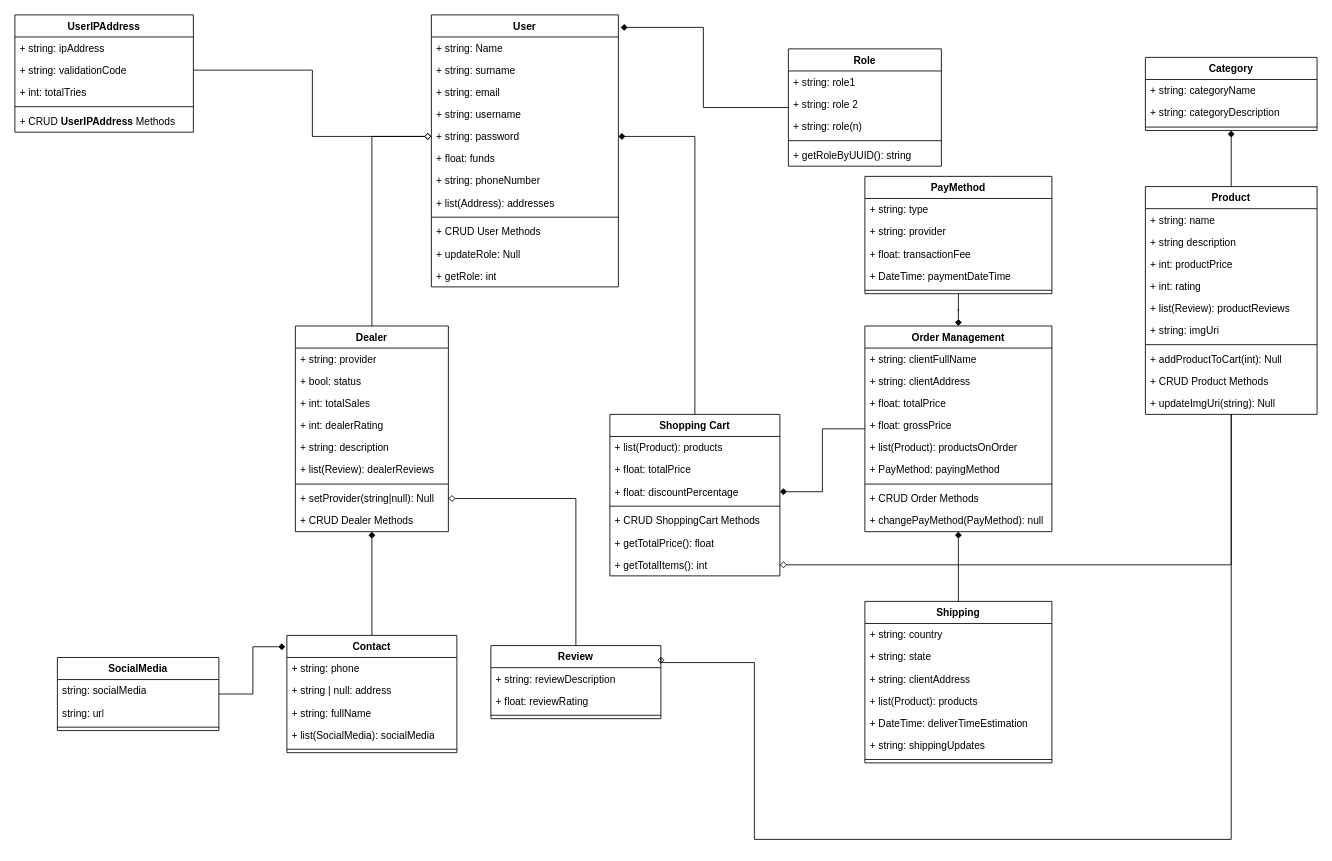
Earlier version of the draw.io diagram E-commerce Platform/Docs/Class_Diagram.drawio (SebastA-Dev/Feature-Projects). Source tidied: cells renumbered, new cells numbered last; positions are measured from the earlier drawing's top-left corner, leaving out a move shared by most shapes. Both pictures are drawn from the tidied source at 85%, with x=0, y=0 at pixel (14, 14).
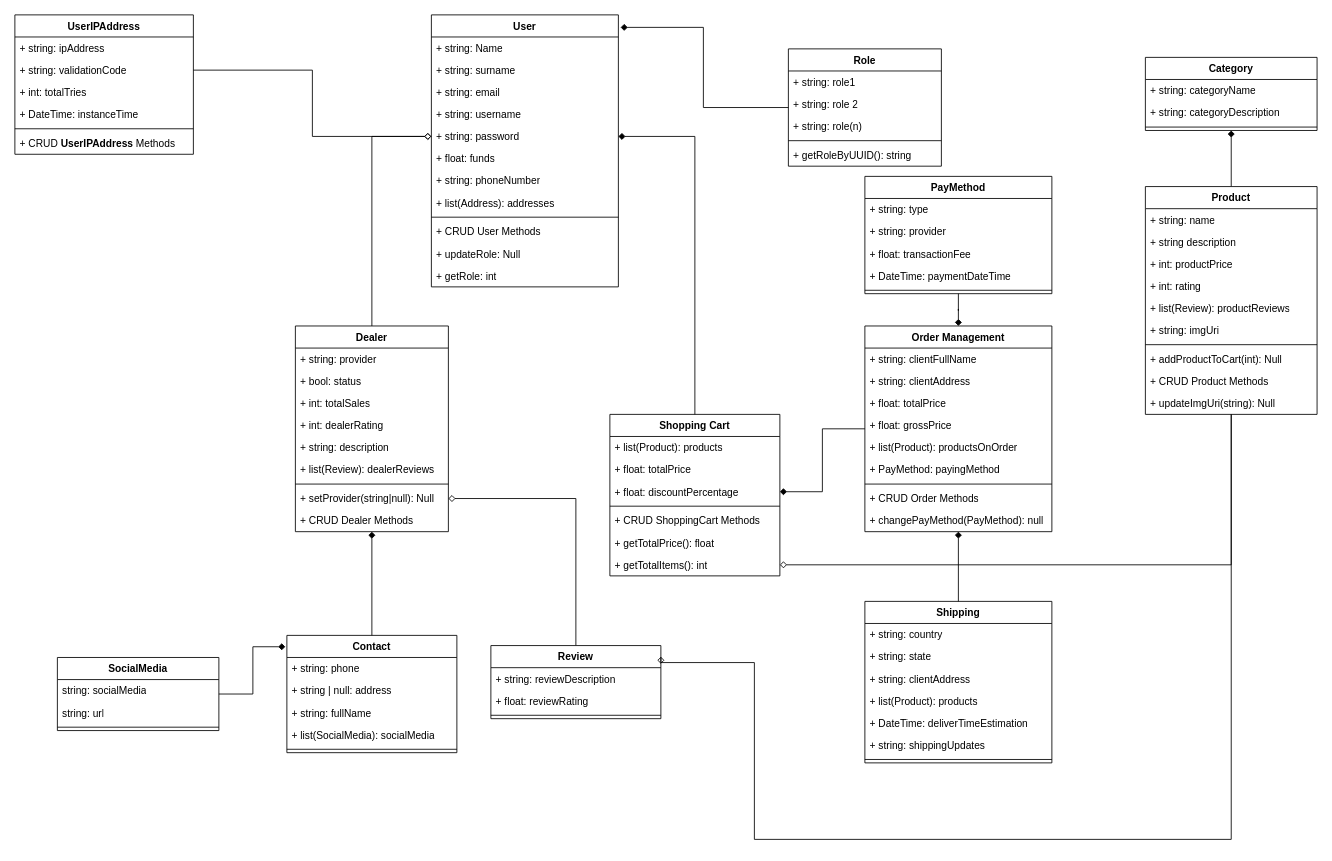
After the change.

What changed in the source:
```diff
@@
     <mxCell id="104" value="UserIPAddress" style="swimlane;fontStyle=1;align=center;verticalAlign=top;horizontal=1;startSize=26;whiteSpace=wrap;html=1;" parent="1" vertex="1">
-      <mxGeometry width="210" height="138" as="geometry" />
+      <mxGeometry width="210" height="164" as="geometry" />
     </mxCell>
@@
+    <mxCell id="111" value="+ DateTime: instanceTime" style="text;strokeColor=none;fillColor=none;align=left;verticalAlign=top;spacingLeft=4;spacingRight=4;overflow=hidden;whiteSpace=wrap;html=1;" parent="104" vertex="1">
+      <mxGeometry y="104" width="210" height="26" as="geometry" />
+    </mxCell>
     <mxCell id="108" style="line;strokeWidth=1;fillColor=none;align=left;verticalAlign=middle;spacingTop=-1;spacingLeft=3;spacingRight=3;labelPosition=right;strokeColor=inherit;" parent="104" vertex="1">
-      <mxGeometry y="104" width="210" height="8" as="geometry" />
+      <mxGeometry y="130" width="210" height="8" as="geometry" />
     </mxCell>
     <mxCell id="109" value="+ CRUD&amp;nbsp;&lt;span style=&quot;font-weight: 700; text-align: center;&quot;&gt;UserIPAddress&lt;/span&gt;&amp;nbsp;Methods" style="text;strokeColor=none;fillColor=none;align=left;verticalAlign=top;spacingLeft=4;spacingRight=4;overflow=hidden;whiteSpace=wrap;html=1;" parent="104" vertex="1">
-      <mxGeometry y="112" width="210" height="26" as="geometry" />
+      <mxGeometry y="138" width="210" height="26" as="geometry" />
     </mxCell>
```
